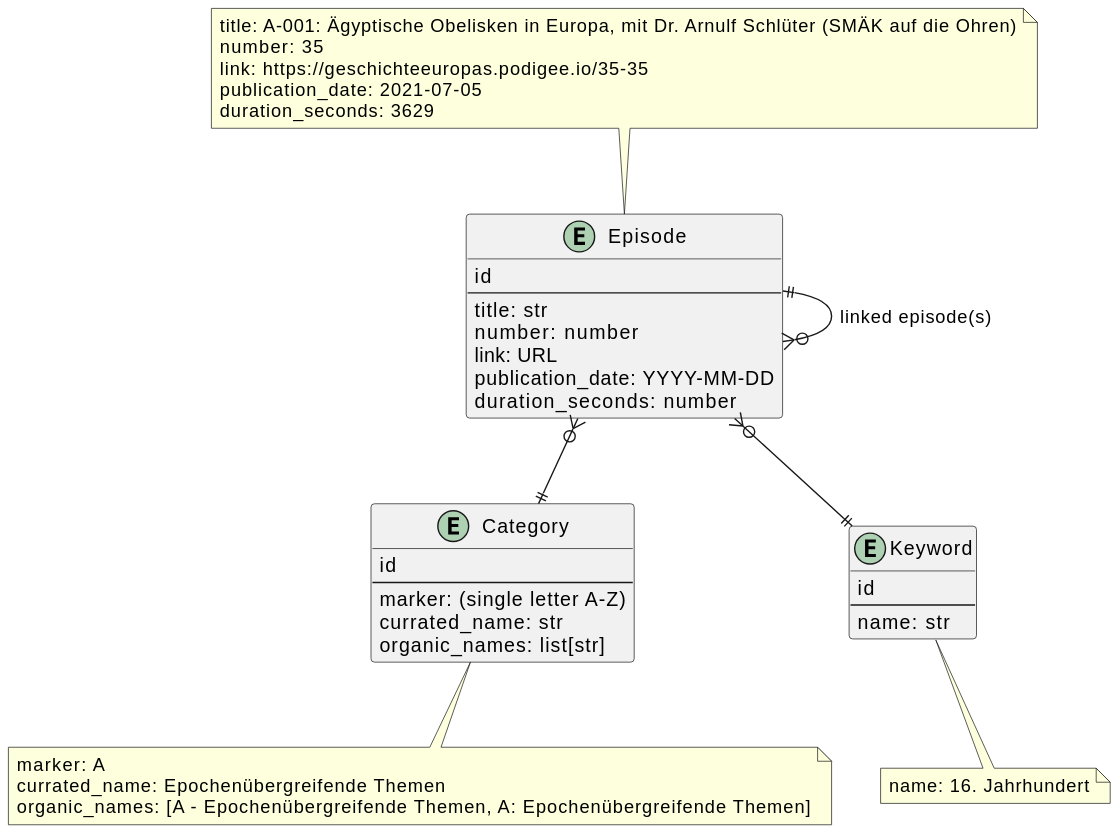
The PlantUML diagram db/doc/db-erd.svg in michaelrath-work/geschichte-eur0pas-podcast, before a commit.
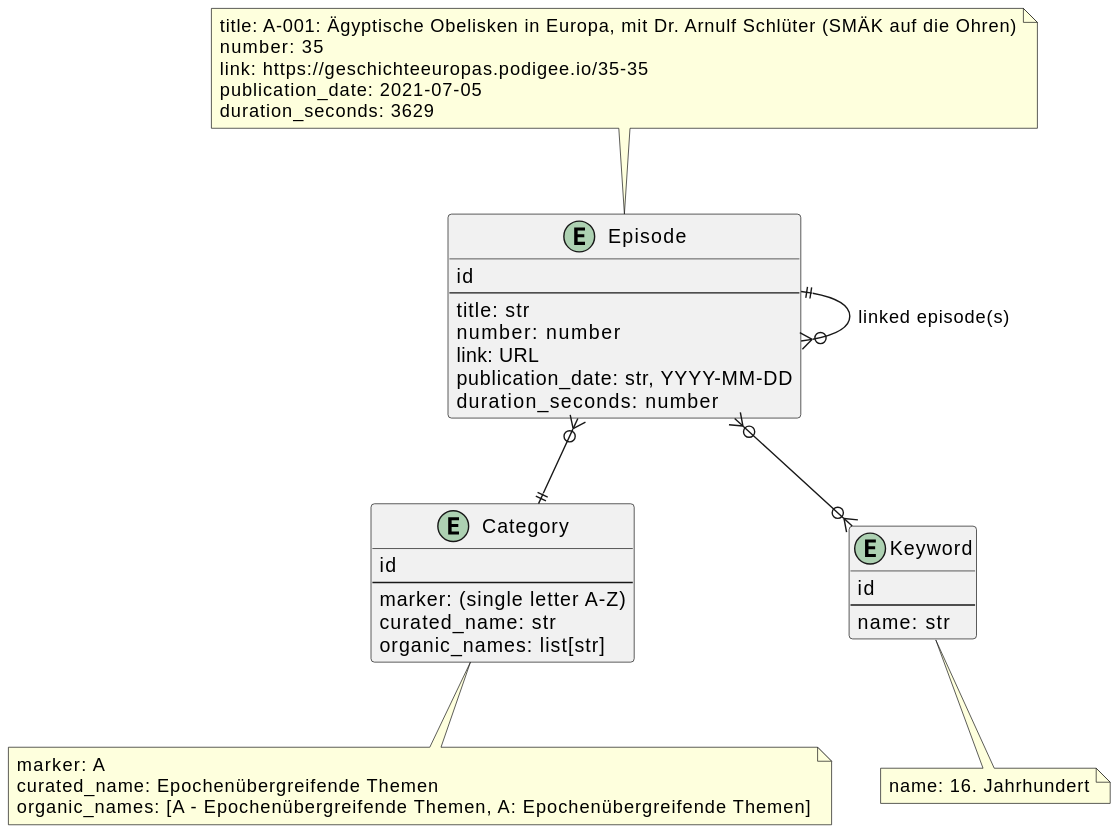
Later version of the same file.

Commit message:
GEP-011: update schema

What changed in the source:
```diff
@@ -5,7 +5,7 @@
   title: str
   number: number
   link: URL
-  publication_date: YYYY-MM-DD
+  publication_date: str, YYYY-MM-DD
   duration_seconds: number
 }
 
@@ -21,13 +21,13 @@
   id
   ---
   marker: (single letter A-Z)
-  currated_name: str
+  curated_name: str
   organic_names: list[str]
 }
 
 note bottom {
 marker: A
-currated_name: Epochenübergreifende Themen
+curated_name: Epochenübergreifende Themen
 organic_names:  [A - Epochenübergreifende Themen, A: Epochenübergreifende Themen]
 }
 
@@ -43,6 +43,6 @@
 
 
 episodeEntity }o--|| categoryEntity
-episodeEntity }o--|| keywordEntity
+episodeEntity }o--o{ keywordEntity
 episodeEntity ||--o{ episodeEntity: linked episode(s)
 @enduml
```
